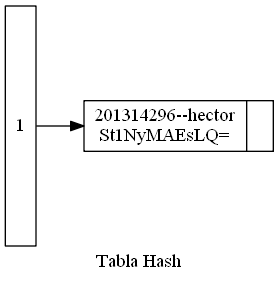
This is EDD_Proyecto2/Reportes/Hash.png from hr9457/EDD_1S2020_PY2_201314296, a Graphviz export, as it was before one commit. Its source is kept beside it as EDD_Proyecto2/ArchivosDot/Hash.dot.
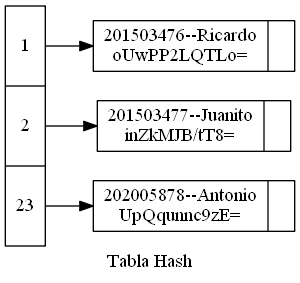
The same file after the commit.

Diff of the diagram source:
```diff
@@ -2,9 +2,13 @@
 nodesep=0.08;
 rankdir=LR;
 node [shape=record,width=0.1,height=0.1];
-nodo0 [label = "  <f0>1 " , height=2.5];
-nodo1[label = " {201314296--hector\nSt1NyMAEsLQ=|}"];
+nodo0 [label = "  <f0>1| <f1>2| <f2>23 " , height=2.5];
+nodo1[label = " {201503476--Ricardo\noUwPP2LQTLo=|}"];
+nodo2[label = " {201503477--Juanito\ninZkMJB/tT8=|}"];
+nodo3[label = " {202005878--Antonio\nUpQqunnc9zE=|}"];
 
 nodo0:f0->nodo1
+nodo0:f1->nodo2
+nodo0:f2->nodo3
 label = " Tabla Hash ";
 }
```
